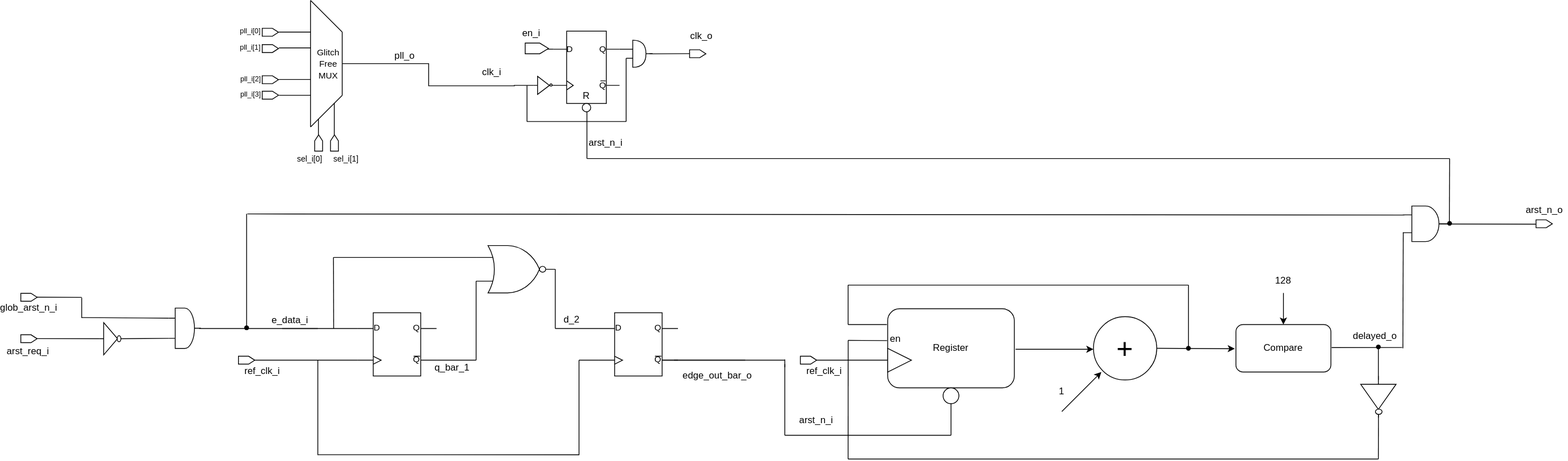
Earlier version of the draw.io export docs/Microarchitecture_CRG.svg (foez-ahmed-dsi/CRG_20240212). Source tidied: cells renumbered, new cells last; positions are measured from the earlier drawing's top-left corner, leaving out a move shared by most shapes.
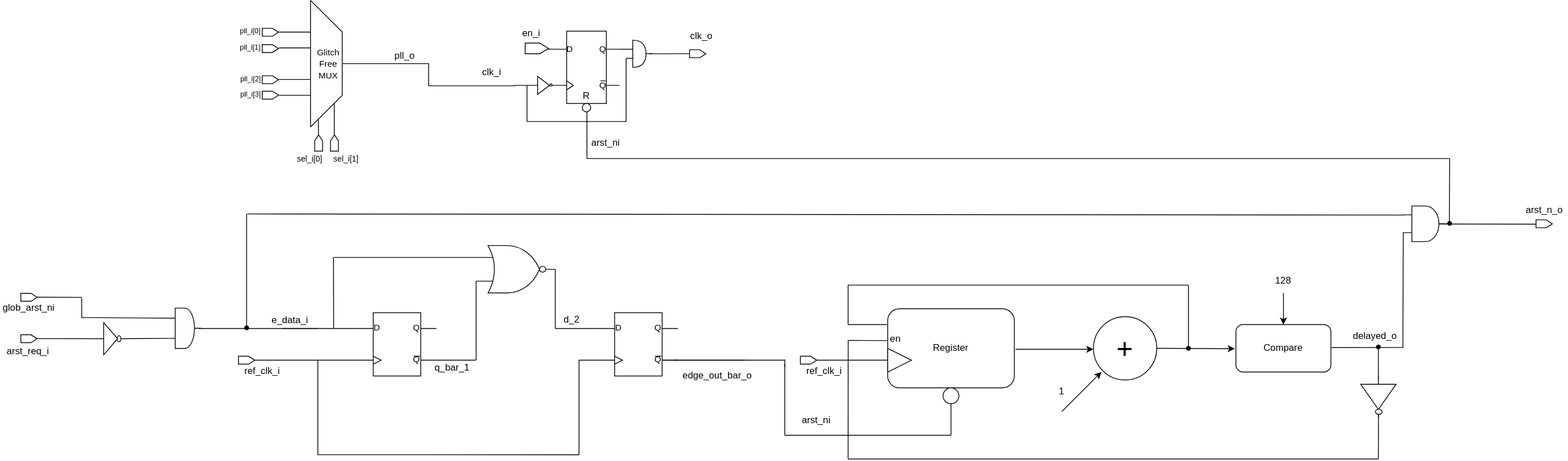
After the commit.

What changed in the source:
```diff
@@ -525,13 +525,13 @@
     <mxCell id="117" value="en_i" style="text;html=1;strokeColor=none;fillColor=none;align=center;verticalAlign=middle;whiteSpace=wrap;rounded=0;" parent="2" vertex="1">
       <mxGeometry x="635.7" y="27.2" width="60" height="30" as="geometry" />
     </mxCell>
-    <mxCell id="118" value="arst_n_i" style="text;html=1;strokeColor=none;fillColor=none;align=center;verticalAlign=middle;whiteSpace=wrap;rounded=0;" parent="2" vertex="1">
+    <mxCell id="118" value="arst_ni" style="text;html=1;strokeColor=none;fillColor=none;align=center;verticalAlign=middle;whiteSpace=wrap;rounded=0;" parent="2" vertex="1">
       <mxGeometry x="729.8" y="165.3" width="60" height="30" as="geometry" />
     </mxCell>
     <mxCell id="119" value="clk_i" style="text;html=1;strokeColor=none;fillColor=none;align=center;verticalAlign=middle;whiteSpace=wrap;rounded=0;" parent="2" vertex="1">
       <mxGeometry x="585.7" y="75.6" width="60" height="30" as="geometry" />
     </mxCell>
-    <mxCell id="120" value="arst_n_i" style="text;html=1;strokeColor=none;fillColor=none;align=center;verticalAlign=middle;whiteSpace=wrap;rounded=0;" parent="2" vertex="1">
+    <mxCell id="120" value="arst_ni" style="text;html=1;strokeColor=none;fillColor=none;align=center;verticalAlign=middle;whiteSpace=wrap;rounded=0;" parent="2" vertex="1">
       <mxGeometry x="995.7" y="516" width="60" height="30" as="geometry" />
     </mxCell>
     <mxCell id="121" value="delayed_o" style="text;html=1;align=center;verticalAlign=middle;whiteSpace=wrap;rounded=0;" parent="2" vertex="1">
@@ -549,7 +549,7 @@
     <mxCell id="125" value="arst_req_i" style="text;html=1;align=center;verticalAlign=middle;whiteSpace=wrap;rounded=0;" parent="2" vertex="1">
       <mxGeometry y="428.2" width="60" height="31.8" as="geometry" />
     </mxCell>
-    <mxCell id="126" value="glob_arst_n_i" style="text;html=1;align=center;verticalAlign=middle;whiteSpace=wrap;rounded=0;" parent="2" vertex="1">
+    <mxCell id="126" value="glob_arst_ni" style="text;html=1;align=center;verticalAlign=middle;whiteSpace=wrap;rounded=0;" parent="2" vertex="1">
       <mxGeometry x="0.7" y="374" width="60" height="30" as="geometry" />
     </mxCell>
     <mxCell id="127" value="pll_o" style="text;html=1;strokeColor=none;fillColor=none;align=center;verticalAlign=middle;whiteSpace=wrap;rounded=0;" parent="2" vertex="1">
```
